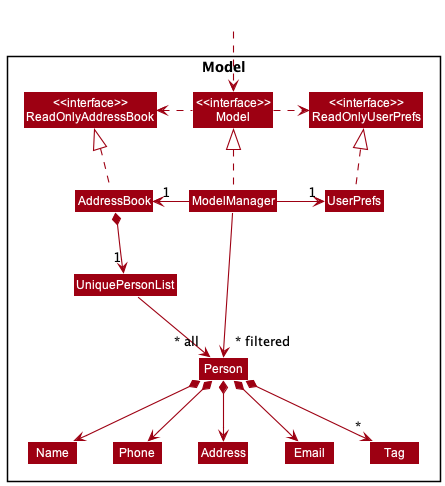
The PlantUML diagram docs/images/ModelClassDiagram.png in nus-cs2103-AY2223S1/tp, before a commit.
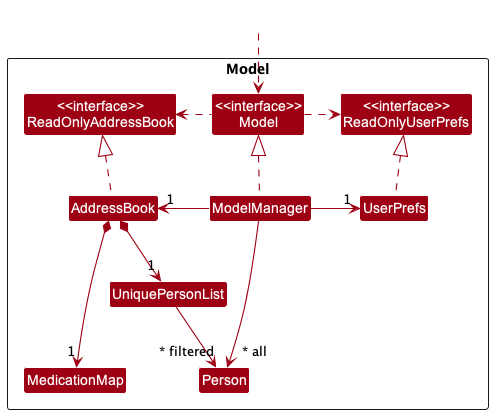
Above is the later version.

Change to the diagram source:
```diff
@@ -12,14 +12,9 @@
 Class ModelManager
 Class UserPrefs
 
+Class MedicationMap
+Class Person
 Class UniquePersonList
-Class Person
-Class Address
-Class Email
-Class Name
-Class Phone
-Class Tag
-
 }
 
 Class HiddenOutside #FFFFFF
@@ -35,16 +30,7 @@
 UserPrefs .up.|> ReadOnlyUserPrefs
 
 AddressBook *--> "1" UniquePersonList
-UniquePersonList --> "~* all" Person
-Person *--> Name
-Person *--> Phone
-Person *--> Email
-Person *--> Address
-Person *--> "*" Tag
-
-Name -[hidden]right-> Phone
-Phone -[hidden]right-> Address
-Address -[hidden]right-> Email
-
-ModelManager -->"~* filtered" Person
+UniquePersonList -right--> "     ~* all" Person
+ModelManager ---> "      ~* filtered" Person
+AddressBook *--down-> "1" MedicationMap
 @enduml
```
